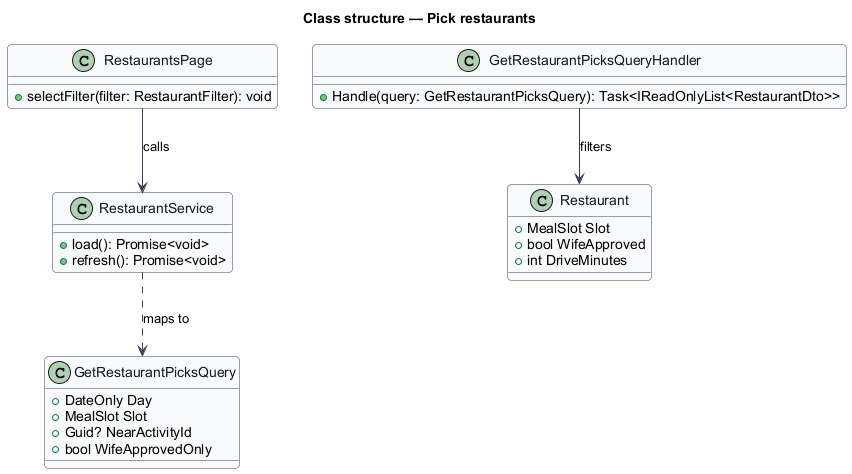
Before: docs/detailed-designs/discovery/pick-restaurants/diagrams/class-structure.png, a diagram exported from PlantUML (QuinntyneBrown/saturdaze). Its diagram source:
```plantuml
@startuml
skinparam backgroundColor #FFFFFF
skinparam shadowing false
skinparam roundcorner 8
skinparam defaultFontName Arial
skinparam ArrowColor #344054
skinparam class {
  BorderColor #344054
  FontColor #101828
  BackgroundColor #F9FAFB
}
title Class structure — Pick restaurants

class RestaurantsPage {
  +selectFilter(filter: RestaurantFilter): void
}
class RestaurantService {
  +load(): Promise<void>
  +refresh(): Promise<void>
}
class GetRestaurantPicksQuery {
  +DateOnly Day
  +MealSlot Slot
  +Guid? NearActivityId
  +bool WifeApprovedOnly
}
class GetRestaurantPicksQueryHandler {
  +Handle(query: GetRestaurantPicksQuery): Task<IReadOnlyList<RestaurantDto>>
}
class Restaurant {
  +MealSlot Slot
  +bool WifeApproved
  +int DriveMinutes
}
RestaurantsPage --> RestaurantService : calls
RestaurantService ..> GetRestaurantPicksQuery : maps to
GetRestaurantPicksQueryHandler --> Restaurant : filters
@enduml
```
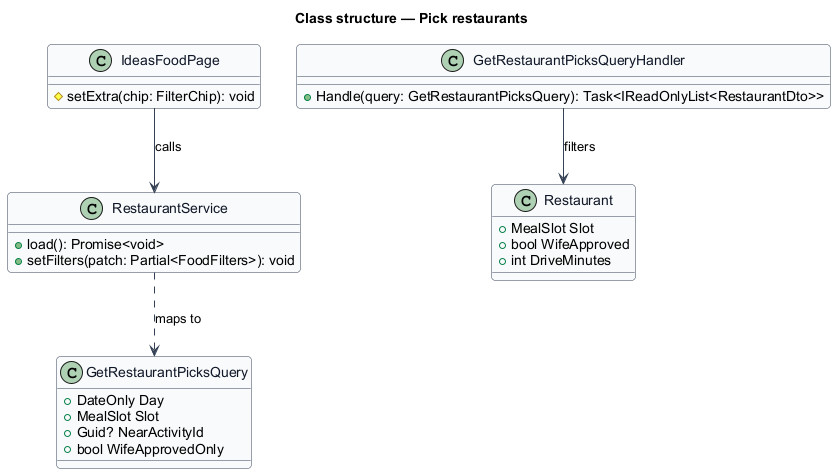
After the commit.

What changed in the source:
```diff
@@ -11,12 +11,12 @@
 }
 title Class structure — Pick restaurants
 
-class RestaurantsPage {
-  +selectFilter(filter: RestaurantFilter): void
+class IdeasFoodPage {
+  #setExtra(chip: FilterChip): void
 }
 class RestaurantService {
   +load(): Promise<void>
-  +refresh(): Promise<void>
+  +setFilters(patch: Partial<FoodFilters>): void
 }
 class GetRestaurantPicksQuery {
   +DateOnly Day
@@ -32,7 +32,7 @@
   +bool WifeApproved
   +int DriveMinutes
 }
-RestaurantsPage --> RestaurantService : calls
+IdeasFoodPage --> RestaurantService : calls
 RestaurantService ..> GetRestaurantPicksQuery : maps to
 GetRestaurantPicksQueryHandler --> Restaurant : filters
 @enduml
```
